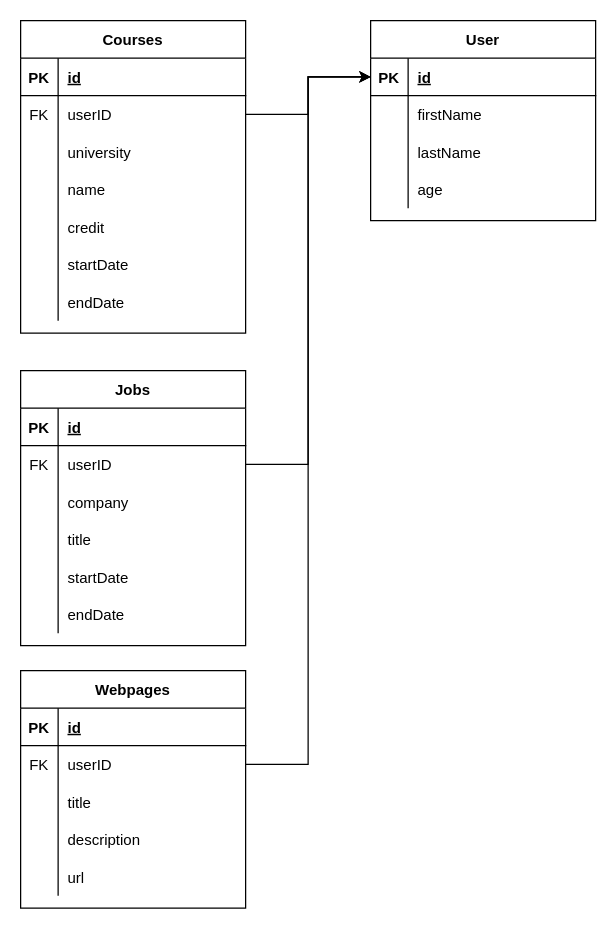
The draw.io diagram database.drawio in EliasEriksson/miun-web3-mom6-rest, before the edit. Source tidied: cells renumbered, new cells numbered last; positions are measured from the earlier drawing's top-left corner, leaving out a move shared by most shapes. Both pictures are drawn from the tidied source at 125%, with x=0, y=0 at pixel (20, 20).
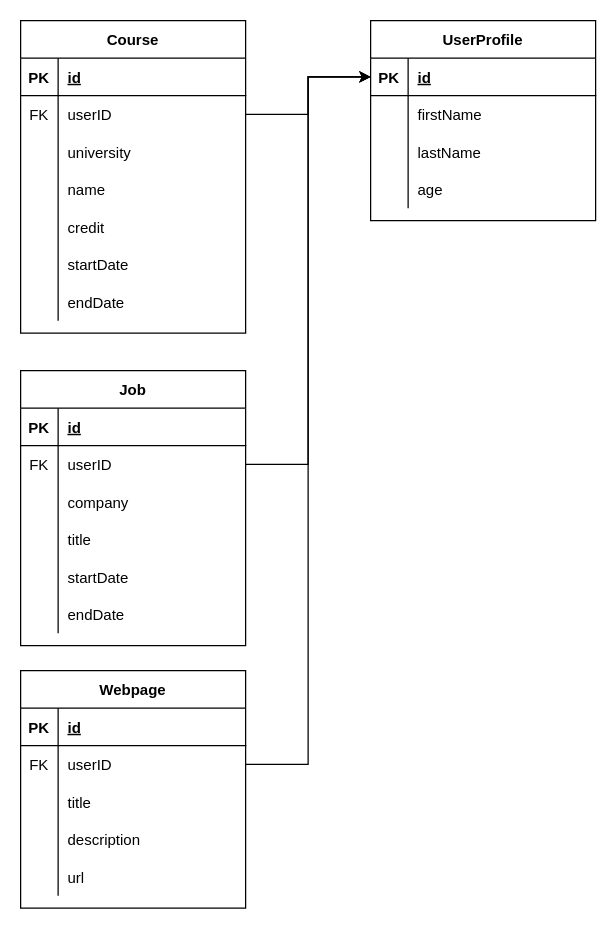
After the change.

Diff of the diagram source:
```diff
@@
-    <mxCell id="2" value="Courses" style="shape=table;startSize=30;childLayout=tableLayout;rowLines=0;fontStyle=1;align=center;" parent="1" vertex="1">
+    <mxCell id="2" value="Course" style="shape=table;startSize=30;childLayout=tableLayout;rowLines=0;fontStyle=1;align=center;" parent="1" vertex="1">
       <mxGeometry width="180" height="250" as="geometry" />
     </mxCell>
@@
-    <mxCell id="24" value="Jobs" style="shape=table;startSize=30;childLayout=tableLayout;rowLines=0;fontStyle=1;align=center;" parent="1" vertex="1">
+    <mxCell id="24" value="Job" style="shape=table;startSize=30;childLayout=tableLayout;rowLines=0;fontStyle=1;align=center;" parent="1" vertex="1">
       <mxGeometry y="280" width="180" height="220" as="geometry" />
     </mxCell>
@@
-    <mxCell id="43" value="Webpages" style="shape=table;startSize=30;childLayout=tableLayout;rowLines=0;fontStyle=1;align=center;" parent="1" vertex="1">
+    <mxCell id="43" value="Webpage" style="shape=table;startSize=30;childLayout=tableLayout;rowLines=0;fontStyle=1;align=center;" parent="1" vertex="1">
       <mxGeometry y="520" width="180" height="190" as="geometry" />
     </mxCell>
@@
-    <mxCell id="59" value="User" style="shape=table;startSize=30;childLayout=tableLayout;rowLines=0;fontStyle=1;align=center;" parent="1" vertex="1">
+    <mxCell id="59" value="UserProfile" style="shape=table;startSize=30;childLayout=tableLayout;rowLines=0;fontStyle=1;align=center;" parent="1" vertex="1">
       <mxGeometry x="280" width="180" height="160" as="geometry" />
     </mxCell>
```
